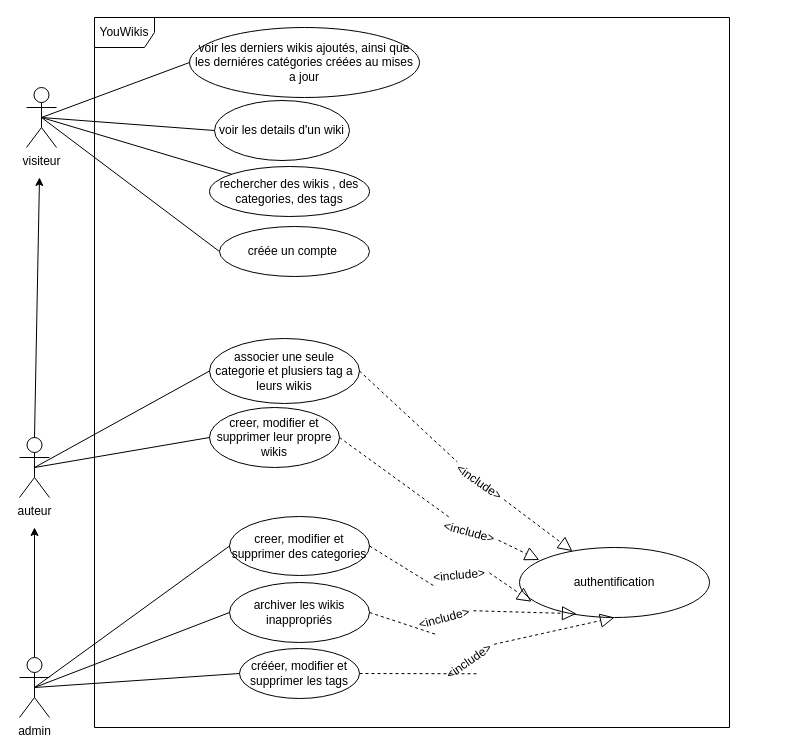
Above: conception/use_case.drawio in AmeksaKhadija/YouWikis (draw.io), before the change. Source tidied: cells renumbered, new cells numbered last; positions are measured from the earlier drawing's top-left corner, leaving out a move shared by most shapes. Both pictures are drawn from the tidied source at 100%, with x=0, y=0 at pixel (19, 17).
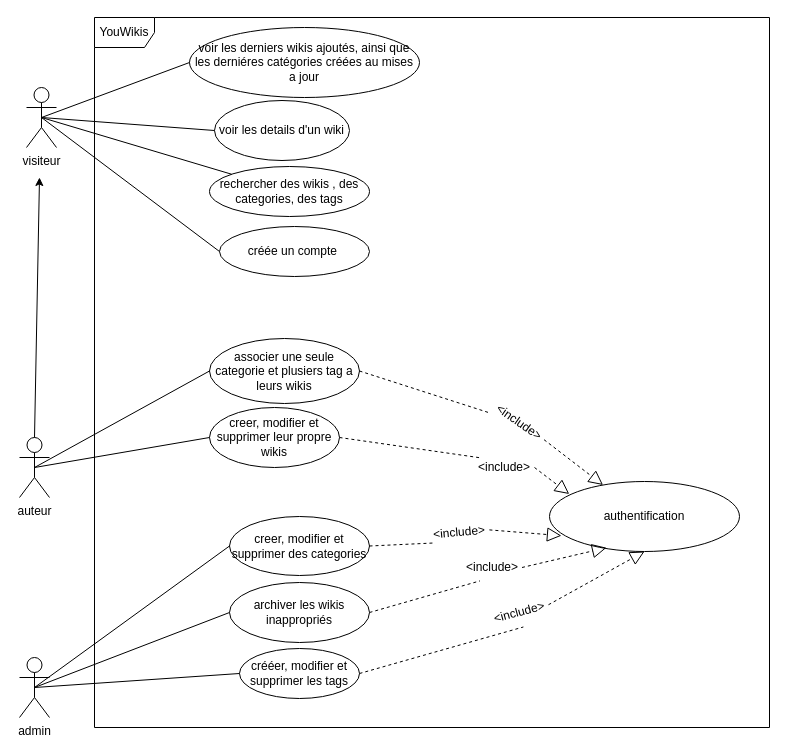
After the change.

Diff of the diagram source:
```diff
@@
     <mxCell id="5" value="YouWikis" style="shape=umlFrame;whiteSpace=wrap;html=1;" parent="1" vertex="1">
-      <mxGeometry x="75" width="635" height="710" as="geometry" />
+      <mxGeometry x="75" width="675" height="710" as="geometry" />
     </mxCell>
@@
     <mxCell id="15" value="authentification" style="ellipse;whiteSpace=wrap;html=1;" parent="1" vertex="1">
-      <mxGeometry x="500" y="530" width="190" height="70" as="geometry" />
+      <mxGeometry x="530" y="464" width="190" height="70" as="geometry" />
     </mxCell>
@@
-    <mxCell id="21" style="endArrow=classic;html=1;" parent="1" edge="1">
-      <mxGeometry relative="1" as="geometry">
-        <mxPoint x="15" y="640" as="sourcePoint" />
-        <mxPoint x="15" y="510" as="targetPoint" />
-      </mxGeometry>
-    </mxCell>
@@
-    <mxCell id="33" value="&amp;lt;include&amp;gt;" style="text;html=1;strokeColor=none;fillColor=none;align=center;verticalAlign=middle;whiteSpace=wrap;rounded=0;rotation=-15;" parent="1" vertex="1">
-      <mxGeometry x="395" y="586" width="60" height="30" as="geometry" />
+    <mxCell id="33" value="&amp;lt;include&amp;gt;" style="text;html=1;strokeColor=none;fillColor=none;align=center;verticalAlign=middle;whiteSpace=wrap;rounded=0;rotation=0;" parent="1" vertex="1">
+      <mxGeometry x="442.5" y="535" width="60" height="30" as="geometry" />
     </mxCell>
@@
     <mxCell id="35" value="&amp;lt;include&amp;gt;" style="text;html=1;strokeColor=none;fillColor=none;align=center;verticalAlign=middle;whiteSpace=wrap;rounded=0;rotation=-5;" parent="1" vertex="1">
-      <mxGeometry x="410" y="543" width="60" height="30" as="geometry" />
+      <mxGeometry x="410" y="500" width="60" height="30" as="geometry" />
     </mxCell>
@@
-    <mxCell id="37" value="&amp;lt;include&amp;gt;" style="text;html=1;strokeColor=none;fillColor=none;align=center;verticalAlign=middle;whiteSpace=wrap;rounded=0;rotation=-35;" parent="1" vertex="1">
-      <mxGeometry x="420" y="629" width="60" height="30" as="geometry" />
+    <mxCell id="37" value="&amp;lt;include&amp;gt;" style="text;html=1;strokeColor=none;fillColor=none;align=center;verticalAlign=middle;whiteSpace=wrap;rounded=0;rotation=-15;" parent="1" vertex="1">
+      <mxGeometry x="470" y="580" width="60" height="30" as="geometry" />
     </mxCell>
@@
-    <mxCell id="39" value="&amp;lt;include&amp;gt;" style="text;html=1;strokeColor=none;fillColor=none;align=center;verticalAlign=middle;whiteSpace=wrap;rounded=0;rotation=15;" parent="1" vertex="1">
-      <mxGeometry x="420" y="500" width="60" height="30" as="geometry" />
+    <mxCell id="39" value="&amp;lt;include&amp;gt;" style="text;html=1;strokeColor=none;fillColor=none;align=center;verticalAlign=middle;whiteSpace=wrap;rounded=0;rotation=0;" parent="1" vertex="1">
+      <mxGeometry x="455" y="435" width="60" height="30" as="geometry" />
     </mxCell>
@@
     <mxCell id="41" value="&amp;lt;include&amp;gt;" style="text;html=1;strokeColor=none;fillColor=none;align=center;verticalAlign=middle;whiteSpace=wrap;rounded=0;rotation=35;" parent="1" vertex="1">
-      <mxGeometry x="430" y="450" width="60" height="30" as="geometry" />
+      <mxGeometry x="470" y="390" width="60" height="30" as="geometry" />
     </mxCell>
```
